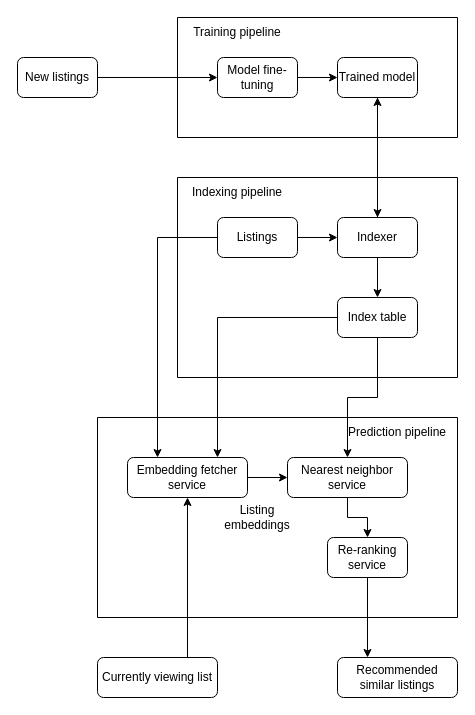
The draw.io diagram machine-learning/image/machine-learning-system-design-1/similar-listings-on-vacation-rental-platform-1.drawio in riehseun/riehseun.github.io, before the edit. Source tidied: cells renumbered, new cells numbered last; positions are measured from the earlier drawing's top-left corner, leaving out a move shared by most shapes. Both pictures are drawn from the tidied source at 100%, with x=0, y=0 at pixel (17, 17).
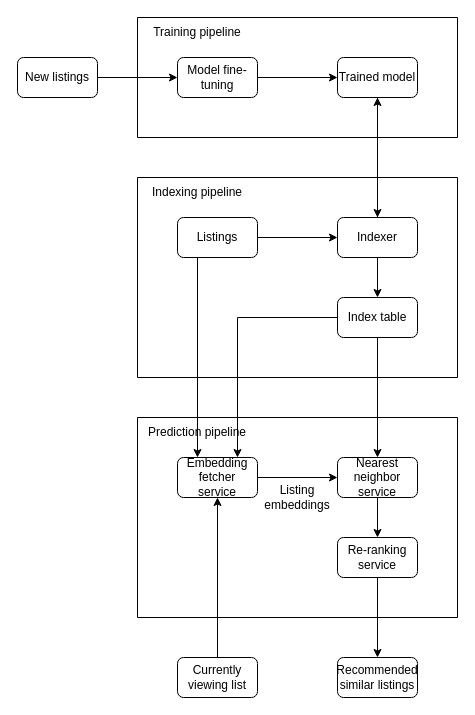
The same page after the edit.

The change refers to these unchanged cells:
```xml
<mxCell id="11" value="Listings" style="rounded=1;whiteSpace=wrap;html=1;" parent="9" vertex="1">
  <mxGeometry x="40" y="40" width="80" height="40" as="geometry" />
</mxCell>
```

Diff of the diagram source:
```diff
@@
     <mxCell id="4" style="swimlane;startSize=0;" parent="1" vertex="1">
-      <mxGeometry x="160" width="280" height="120" as="geometry" />
+      <mxGeometry x="120" width="320" height="120" as="geometry" />
     </mxCell>
@@
     <mxCell id="7" value="Trained model" style="rounded=1;whiteSpace=wrap;html=1;" parent="4" vertex="1">
-      <mxGeometry x="160" y="40" width="80" height="40" as="geometry" />
+      <mxGeometry x="200" y="40" width="80" height="40" as="geometry" />
     </mxCell>
@@
     <mxCell id="9" style="swimlane;startSize=0;" parent="1" vertex="1">
-      <mxGeometry x="160" y="160" width="280" height="200" as="geometry" />
+      <mxGeometry x="120" y="160" width="320" height="200" as="geometry" />
     </mxCell>
@@
     <mxCell id="13" value="Indexer" style="rounded=1;whiteSpace=wrap;html=1;direction=south;" parent="9" vertex="1">
-      <mxGeometry x="160" y="40" width="80" height="40" as="geometry" />
+      <mxGeometry x="200" y="40" width="80" height="40" as="geometry" />
     </mxCell>
     <mxCell id="14" value="Index table" style="rounded=1;whiteSpace=wrap;html=1;" parent="9" vertex="1">
-      <mxGeometry x="160" y="120" width="80" height="40" as="geometry" />
+      <mxGeometry x="200" y="120" width="80" height="40" as="geometry" />
     </mxCell>
@@
     <mxCell id="16" style="swimlane;startSize=0;" parent="1" vertex="1">
-      <mxGeometry x="80" y="400" width="360" height="200" as="geometry" />
+      <mxGeometry x="120" y="400" width="320" height="200" as="geometry" />
     </mxCell>
@@
     <mxCell id="18" value="Embedding fetcher service" style="rounded=1;whiteSpace=wrap;html=1;" parent="16" vertex="1">
-      <mxGeometry x="30" y="40" width="120" height="40" as="geometry" />
+      <mxGeometry x="40" y="40" width="80" height="40" as="geometry" />
     </mxCell>
@@
     <mxCell id="20" value="Nearest neighbor service" style="rounded=1;whiteSpace=wrap;html=1;" parent="16" vertex="1">
-      <mxGeometry x="190" y="40" width="120" height="40" as="geometry" />
+      <mxGeometry x="200" y="40" width="80" height="40" as="geometry" />
     </mxCell>
     <mxCell id="21" value="Re-ranking service" style="rounded=1;whiteSpace=wrap;html=1;" parent="16" vertex="1">
-      <mxGeometry x="230" y="120" width="80" height="40" as="geometry" />
+      <mxGeometry x="200" y="120" width="80" height="40" as="geometry" />
     </mxCell>
     <mxCell id="22" value="Prediction pipeline" style="text;html=1;align=center;verticalAlign=middle;whiteSpace=wrap;rounded=0;" parent="16" vertex="1">
-      <mxGeometry x="240" width="120" height="30" as="geometry" />
+      <mxGeometry width="120" height="30" as="geometry" />
     </mxCell>
     <mxCell id="23" value="Listing embeddings" style="text;html=1;align=center;verticalAlign=middle;whiteSpace=wrap;rounded=0;" parent="16" vertex="1">
-      <mxGeometry x="120" y="80" width="80" height="40" as="geometry" />
+      <mxGeometry x="120" y="60" width="80" height="40" as="geometry" />
     </mxCell>
     <mxCell id="24" value="Recommended similar listings" style="rounded=1;whiteSpace=wrap;html=1;" parent="1" vertex="1">
-      <mxGeometry x="320" y="640" width="120" height="40" as="geometry" />
+      <mxGeometry x="320" y="640" width="80" height="40" as="geometry" />
     </mxCell>
-    <mxCell id="25" style="edgeStyle=orthogonalEdgeStyle;rounded=0;jettySize=auto;html=1;exitX=0.75;exitY=0;exitDx=0;exitDy=0;entryX=0.5;entryY=1;entryDx=0;entryDy=0;" parent="1" edge="1" source="26" target="18">
+    <mxCell id="25" style="edgeStyle=orthogonalEdgeStyle;rounded=0;jettySize=auto;html=1;exitX=0.5;exitY=0;exitDx=0;exitDy=0;" parent="1" edge="1" source="26" target="18">
       <mxGeometry relative="1" as="geometry" />
     </mxCell>
     <mxCell id="26" value="Currently viewing list" style="rounded=1;whiteSpace=wrap;html=1;" parent="1" vertex="1">
-      <mxGeometry x="80" y="640" width="120" height="40" as="geometry" />
+      <mxGeometry x="160" y="640" width="80" height="40" as="geometry" />
     </mxCell>
@@
+    <mxCell id="32" style="edgeStyle=orthogonalEdgeStyle;rounded=0;jettySize=auto;html=1;exitX=0.5;exitY=1;exitDx=0;exitDy=0;entryX=0.5;entryY=0;entryDx=0;entryDy=0;" parent="1" edge="1" source="21" target="24">
+      <mxGeometry relative="1" as="geometry" />
+    </mxCell>
-    <mxCell id="31" style="edgeStyle=orthogonalEdgeStyle;rounded=0;jettySize=auto;html=1;exitX=0;exitY=0.5;exitDx=0;exitDy=0;entryX=0.25;entryY=0;entryDx=0;entryDy=0;" parent="1" edge="1" source="11" target="18">
+    <mxCell id="31" style="edgeStyle=orthogonalEdgeStyle;rounded=0;jettySize=auto;html=1;exitX=0.25;exitY=1;exitDx=0;exitDy=0;entryX=0.25;entryY=0;entryDx=0;entryDy=0;" parent="1" edge="1" source="11" target="18">
       <mxGeometry relative="1" as="geometry" />
     </mxCell>
-    <mxCell id="32" style="edgeStyle=orthogonalEdgeStyle;rounded=0;jettySize=auto;html=1;exitX=0.5;exitY=1;exitDx=0;exitDy=0;entryX=0.25;entryY=0;entryDx=0;entryDy=0;" parent="1" edge="1" source="21" target="24">
-      <mxGeometry relative="1" as="geometry" />
-    </mxCell>
```
